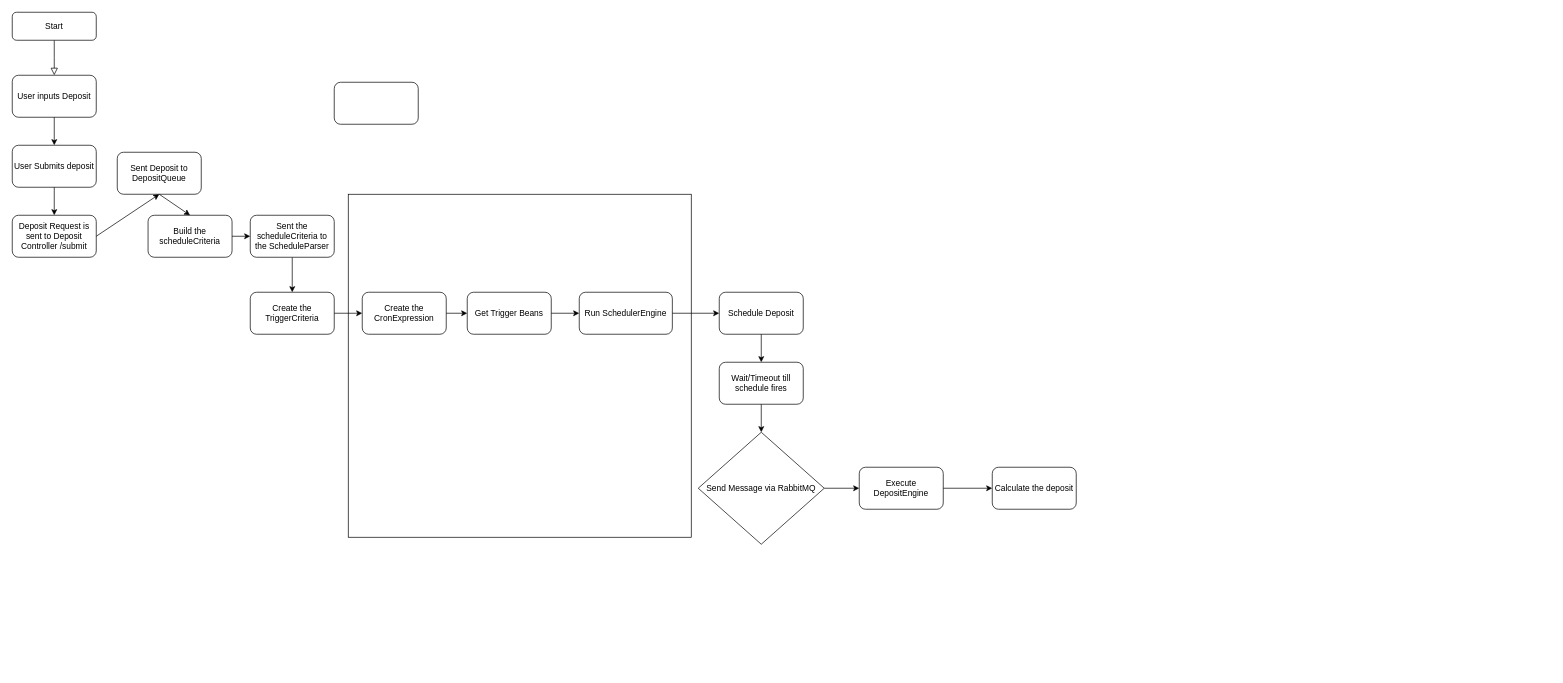
The draw.io diagram AeroBankApp/DepositProcess.drawio in AKing982/AeroBankApp, before the edit. Source tidied: cells renumbered, new cells numbered last; positions are measured from the earlier drawing's top-left corner, leaving out a move shared by most shapes. Both pictures are drawn from the tidied source at 70%, with x=0, y=0 at pixel (12, 12).
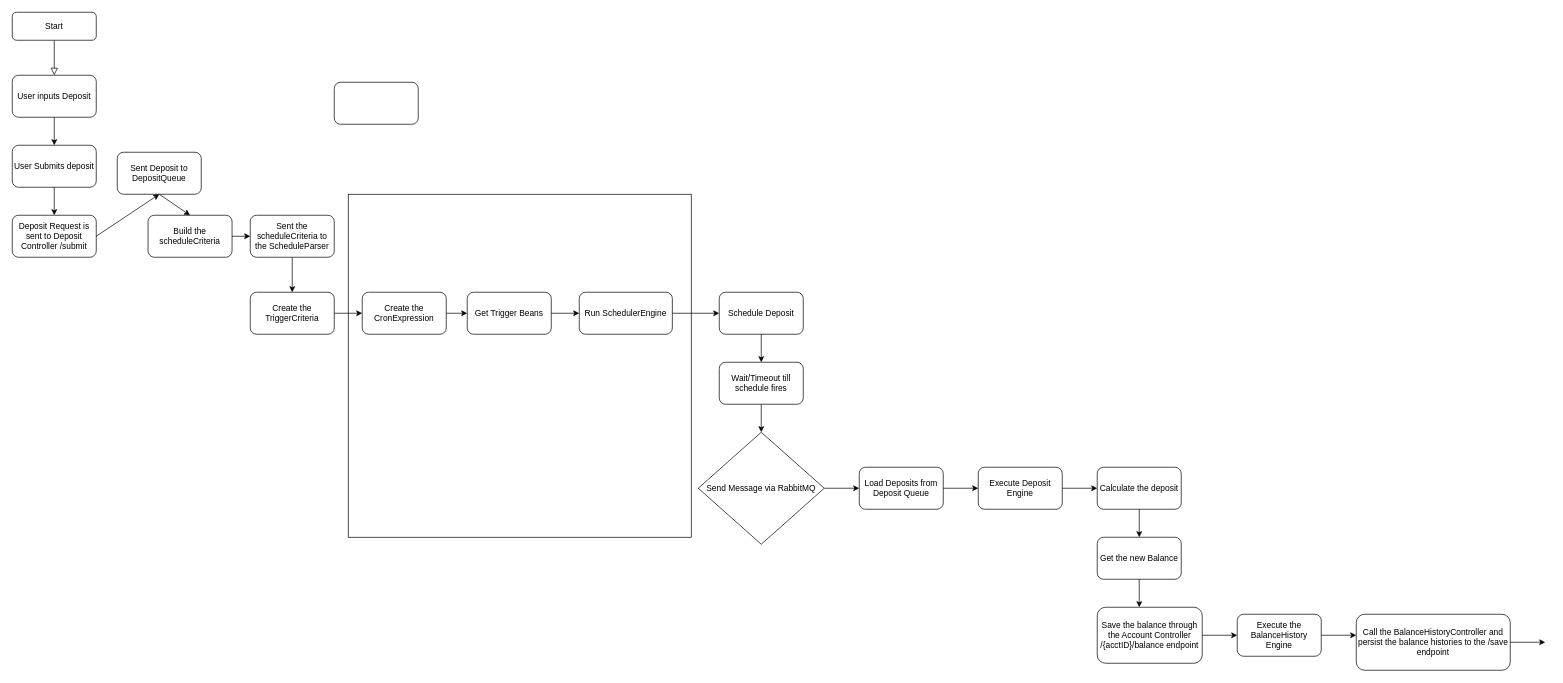
The same diagram, later.

The change refers to these unchanged cells:
```xml
<mxCell id="30" value="Send Message via RabbitMQ" style="rhombus;whiteSpace=wrap;html=1;" parent="1" vertex="1">
  <mxGeometry x="980" y="600" width="180" height="160" as="geometry" />
</mxCell>
```

Diff of the diagram source:
```diff
@@
-    <mxCell id="31" style="endArrow=classic;html=1;rounded=0;exitX=1;exitY=0.5;exitDx=0;exitDy=0;" parent="1" edge="1" source="30">
-      <mxGeometry relative="1" as="geometry">
-        <mxPoint x="1210" y="680" as="targetPoint" />
-      </mxGeometry>
-    </mxCell>
-    <mxCell id="32" value="Execute DepositEngine" style="rounded=1;whiteSpace=wrap;html=1;" parent="1" vertex="1">
-      <mxGeometry x="1210" y="650" width="120" height="60" as="geometry" />
-    </mxCell>
-    <mxCell id="33" style="endArrow=classic;html=1;rounded=0;exitX=1;exitY=0.5;exitDx=0;exitDy=0;" parent="1" edge="1" source="32">
-      <mxGeometry relative="1" as="geometry">
-        <mxPoint x="1400" y="680" as="targetPoint" />
-      </mxGeometry>
-    </mxCell>
     <mxCell id="34" value="Calculate the deposit" style="rounded=1;whiteSpace=wrap;html=1;" parent="1" vertex="1">
-      <mxGeometry x="1400" y="650" width="120" height="60" as="geometry" />
+      <mxGeometry x="1550" y="650" width="120" height="60" as="geometry" />
     </mxCell>
+    <mxCell id="35" value="Load Deposits from Deposit Queue" style="rounded=1;whiteSpace=wrap;html=1;" parent="1" vertex="1">
+      <mxGeometry x="1210" y="650" width="120" height="60" as="geometry" />
+    </mxCell>
+    <mxCell id="36" style="endArrow=classic;html=1;rounded=0;entryX=0;entryY=0.5;entryDx=0;entryDy=0;exitX=1;exitY=0.5;exitDx=0;exitDy=0;" parent="1" edge="1" source="30" target="35">
+      <mxGeometry relative="1" as="geometry" />
+    </mxCell>
+    <mxCell id="37" style="endArrow=classic;html=1;rounded=0;exitX=1;exitY=0.5;exitDx=0;exitDy=0;" parent="1" edge="1" source="35">
+      <mxGeometry relative="1" as="geometry">
+        <mxPoint x="1380" y="680" as="targetPoint" />
+      </mxGeometry>
+    </mxCell>
+    <mxCell id="38" value="Execute Deposit Engine" style="rounded=1;whiteSpace=wrap;html=1;" parent="1" vertex="1">
+      <mxGeometry x="1380" y="650" width="120" height="60" as="geometry" />
+    </mxCell>
+    <mxCell id="39" style="endArrow=classic;html=1;rounded=0;entryX=0;entryY=0.5;entryDx=0;entryDy=0;exitX=1;exitY=0.5;exitDx=0;exitDy=0;" parent="1" edge="1" source="38" target="34">
+      <mxGeometry relative="1" as="geometry" />
+    </mxCell>
+    <mxCell id="40" style="endArrow=classic;html=1;rounded=0;exitX=0.5;exitY=1;exitDx=0;exitDy=0;" parent="1" edge="1" source="34">
+      <mxGeometry relative="1" as="geometry">
+        <mxPoint x="1610" y="750" as="targetPoint" />
+      </mxGeometry>
+    </mxCell>
+    <mxCell id="41" value="Get the new Balance" style="rounded=1;whiteSpace=wrap;html=1;" parent="1" vertex="1">
+      <mxGeometry x="1550" y="750" width="120" height="60" as="geometry" />
+    </mxCell>
+    <mxCell id="42" style="endArrow=classic;html=1;rounded=0;exitX=0.5;exitY=1;exitDx=0;exitDy=0;" parent="1" edge="1" source="41">
+      <mxGeometry relative="1" as="geometry">
+        <mxPoint x="1610" y="850" as="targetPoint" />
+      </mxGeometry>
+    </mxCell>
+    <mxCell id="43" value="Save the balance through the Account Controller /{acctID}/balance endpoint" style="rounded=1;whiteSpace=wrap;html=1;" parent="1" vertex="1">
+      <mxGeometry x="1550" y="850" width="150" height="80" as="geometry" />
+    </mxCell>
+    <mxCell id="44" style="endArrow=classic;html=1;rounded=0;exitX=1;exitY=0.5;exitDx=0;exitDy=0;" parent="1" edge="1" source="43">
+      <mxGeometry relative="1" as="geometry">
+        <mxPoint x="1750" y="890" as="targetPoint" />
+      </mxGeometry>
+    </mxCell>
+    <mxCell id="45" value="Execute the BalanceHistory Engine" style="rounded=1;whiteSpace=wrap;html=1;" parent="1" vertex="1">
+      <mxGeometry x="1750" y="860" width="120" height="60" as="geometry" />
+    </mxCell>
+    <mxCell id="46" style="endArrow=classic;html=1;rounded=0;exitX=1;exitY=0.5;exitDx=0;exitDy=0;" parent="1" edge="1" source="45">
+      <mxGeometry relative="1" as="geometry">
+        <mxPoint x="1920" y="890" as="targetPoint" />
+      </mxGeometry>
+    </mxCell>
+    <mxCell id="47" value="Call the BalanceHistoryController and persist the balance histories to the /save endpoint" style="rounded=1;whiteSpace=wrap;html=1;" parent="1" vertex="1">
+      <mxGeometry x="1920" y="860" width="220" height="80" as="geometry" />
+    </mxCell>
+    <mxCell id="48" style="endArrow=classic;html=1;rounded=0;exitX=1;exitY=0.5;exitDx=0;exitDy=0;" parent="1" edge="1" source="47">
+      <mxGeometry relative="1" as="geometry">
+        <mxPoint x="2190" y="900" as="targetPoint" />
+      </mxGeometry>
+    </mxCell>
```
